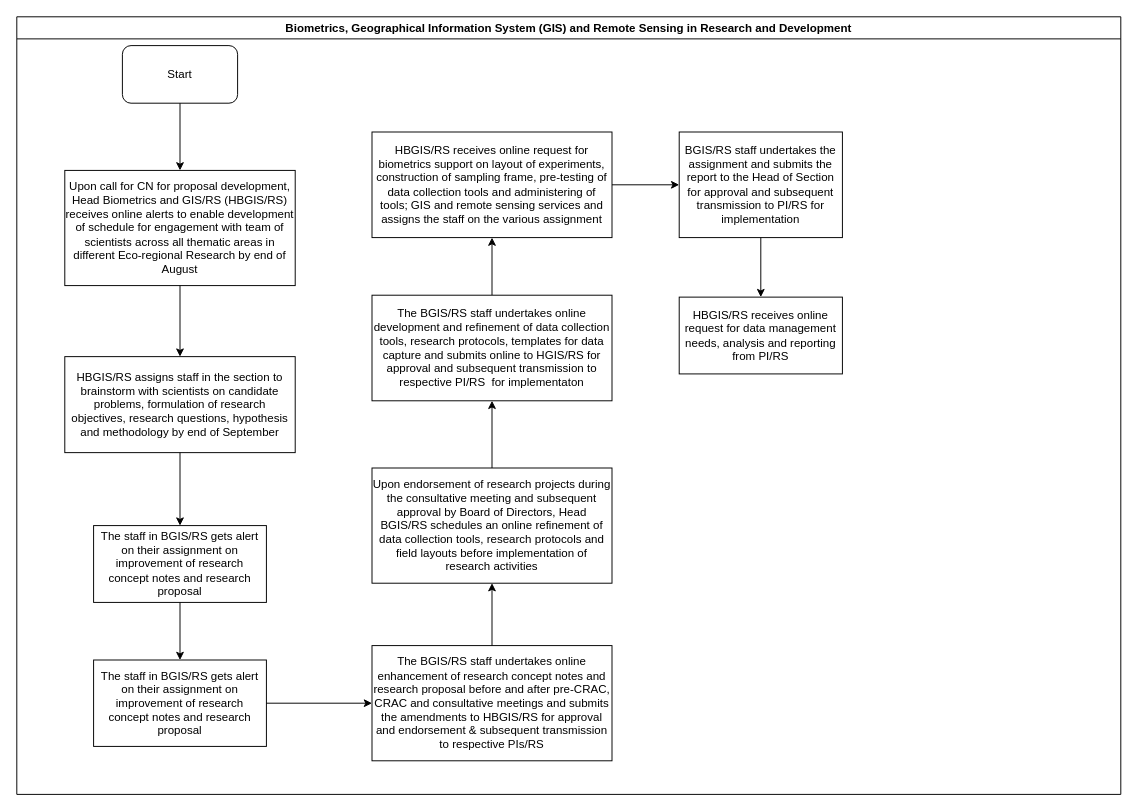
Before: KEFRI-R&D-1. Biometrics, Geographical Information System.drawio in kmagua/flowcharts, a draw.io diagram. Source tidied: cells renumbered, new cells numbered last; positions are measured from the earlier drawing's top-left corner, leaving out a move shared by most shapes. Both pictures are drawn from the tidied source at 96%, with x=0, y=0 at pixel (16, 16).
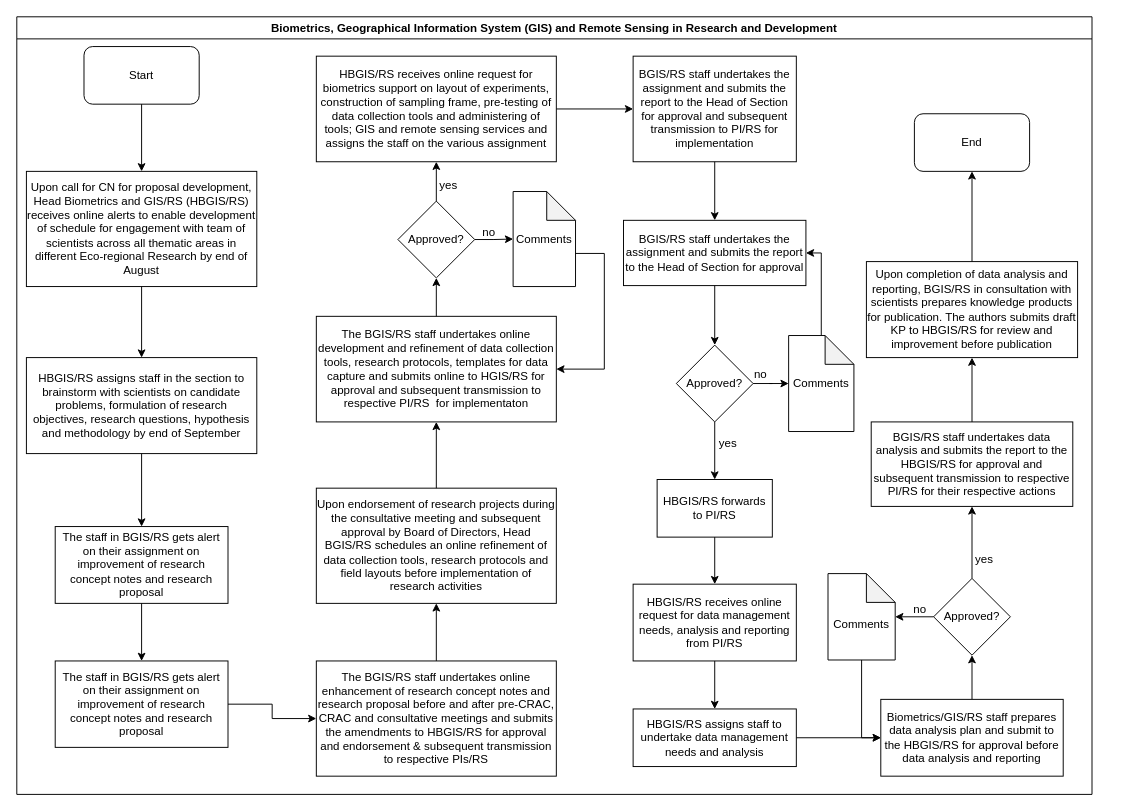
The same diagram, later.

The edit, as a diff of the source:
```diff
@@
     <mxCell id="2" value="Biometrics, Geographical Information System (GIS) and Remote Sensing in Research and Development" style="swimlane;" parent="1" vertex="1">
-      <mxGeometry width="1150" height="810" as="geometry" />
+      <mxGeometry width="1120" height="810" as="geometry" />
     </mxCell>
     <mxCell id="3" value="Start" style="rounded=1;whiteSpace=wrap;html=1;" parent="2" vertex="1">
-      <mxGeometry x="110" y="30" width="120" height="60" as="geometry" />
+      <mxGeometry x="70" y="31" width="120" height="60" as="geometry" />
     </mxCell>
     <mxCell id="4" value="Upon call for CN for proposal development, Head Biometrics and GIS/RS (HBGIS/RS) receives online alerts to enable development of schedule for engagement with team of scientists across all thematic areas in different Eco-regional Research by end of August" style="rounded=0;whiteSpace=wrap;html=1;" parent="2" vertex="1">
-      <mxGeometry x="50" y="160" width="240" height="120" as="geometry" />
+      <mxGeometry x="10" y="161" width="240" height="120" as="geometry" />
     </mxCell>
@@
     <mxCell id="6" value="The staff in BGIS/RS gets alert on their assignment on improvement of research concept notes and research proposal" style="whiteSpace=wrap;html=1;rounded=0;" parent="2" vertex="1">
-      <mxGeometry x="80" y="670" width="180" height="90" as="geometry" />
+      <mxGeometry x="40" y="671" width="180" height="90" as="geometry" />
     </mxCell>
     <mxCell id="7" value="HBGIS/RS assigns staff in the section to brainstorm with scientists on candidate problems, formulation of research objectives, research questions, hypothesis and methodology by end of September" style="rounded=0;whiteSpace=wrap;html=1;" parent="2" vertex="1">
-      <mxGeometry x="50" y="354" width="240" height="100" as="geometry" />
+      <mxGeometry x="10" y="355" width="240" height="100" as="geometry" />
     </mxCell>
@@
     <mxCell id="9" value="The staff in BGIS/RS gets alert on their assignment on improvement of research concept notes and research proposal" style="rounded=0;whiteSpace=wrap;html=1;" parent="2" vertex="1">
-      <mxGeometry x="80" y="530" width="180" height="80" as="geometry" />
+      <mxGeometry x="40" y="531" width="180" height="80" as="geometry" />
     </mxCell>
@@
     <mxCell id="12" value="The BGIS/RS staff undertakes online enhancement of research concept notes and research proposal before and after pre-CRAC, CRAC and consultative meetings and submits the amendments to HBGIS/RS for approval and endorsement &amp;amp; subsequent transmission to respective PIs/RS" style="whiteSpace=wrap;html=1;rounded=0;" parent="2" vertex="1">
-      <mxGeometry x="370" y="655" width="250" height="120" as="geometry" />
+      <mxGeometry x="312" y="671" width="250" height="120" as="geometry" />
     </mxCell>
@@
     <mxCell id="14" value="Upon endorsement of research projects during the consultative meeting and subsequent approval by Board of Directors, Head BGIS/RS schedules an online refinement of data collection tools, research protocols and field layouts before implementation of research activities" style="whiteSpace=wrap;html=1;rounded=0;" parent="2" vertex="1">
-      <mxGeometry x="370" y="470" width="250" height="120" as="geometry" />
+      <mxGeometry x="312" y="491" width="250" height="120" as="geometry" />
     </mxCell>
@@
     <mxCell id="16" value="HBGIS/RS receives online request for biometrics support on layout of experiments, construction of sampling frame, pre-testing of data collection tools and administering of tools; GIS and remote sensing services and assigns the staff on the various assignment" style="whiteSpace=wrap;html=1;rounded=0;" parent="2" vertex="1">
-      <mxGeometry x="370" y="120" width="250" height="110" as="geometry" />
+      <mxGeometry x="312" y="41" width="250" height="110" as="geometry" />
     </mxCell>
     <mxCell id="17" value="BGIS/RS staff undertakes the assignment and submits the report to the Head of Section for approval and subsequent transmission to PI/RS for implementation" style="whiteSpace=wrap;html=1;rounded=0;" parent="2" vertex="1">
-      <mxGeometry x="690" y="120" width="170" height="110" as="geometry" />
+      <mxGeometry x="642" y="41" width="170" height="110" as="geometry" />
     </mxCell>
@@
-    <mxCell id="19" style="edgeStyle=orthogonalEdgeStyle;rounded=0;jettySize=auto;html=1;" parent="1" edge="1" source="20" target="16">
-      <mxGeometry relative="1" as="geometry" />
-    </mxCell>
+    <mxCell id="24" value="Approved?" style="rhombus;whiteSpace=wrap;html=1;rounded=0;" parent="2" vertex="1">
+      <mxGeometry x="397" y="192" width="80" height="80" as="geometry" />
+    </mxCell>
+    <mxCell id="25" style="edgeStyle=orthogonalEdgeStyle;rounded=0;jettySize=auto;html=1;entryX=0.5;entryY=1;entryDx=0;entryDy=0;" parent="2" edge="1" source="24" target="16">
+      <mxGeometry relative="1" as="geometry" />
+    </mxCell>
-    <mxCell id="20" value="The BGIS/RS staff undertakes online development and refinement of data collection tools, research protocols, templates for data capture and submits online to HGIS/RS for approval and subsequent transmission to respective PI/RS&amp;nbsp; for implementaton" style="whiteSpace=wrap;html=1;rounded=0;" parent="1" vertex="1">
-      <mxGeometry x="370" y="290" width="250" height="110" as="geometry" />
+    <mxCell id="20" value="The BGIS/RS staff undertakes online development and refinement of data collection tools, research protocols, templates for data capture and submits online to HGIS/RS for approval and subsequent transmission to respective PI/RS&amp;nbsp; for implementaton" style="whiteSpace=wrap;html=1;rounded=0;" parent="2" vertex="1">
+      <mxGeometry x="312" y="312" width="250" height="110" as="geometry" />
     </mxCell>
-    <mxCell id="21" style="edgeStyle=orthogonalEdgeStyle;rounded=0;jettySize=auto;html=1;" parent="1" edge="1" source="14" target="20">
+    <mxCell id="21" style="edgeStyle=orthogonalEdgeStyle;rounded=0;jettySize=auto;html=1;" parent="2" edge="1" source="14" target="20">
       <mxGeometry relative="1" as="geometry" />
     </mxCell>
+    <mxCell id="26" style="edgeStyle=orthogonalEdgeStyle;rounded=0;jettySize=auto;html=1;" parent="2" edge="1" source="20" target="24">
+      <mxGeometry relative="1" as="geometry" />
+    </mxCell>
+    <mxCell id="27" value="Comments" style="shape=note;whiteSpace=wrap;html=1;backgroundOutline=1;darkOpacity=0.05;rounded=0;" parent="2" vertex="1">
+      <mxGeometry x="517" y="182" width="65" height="99" as="geometry" />
+    </mxCell>
+    <mxCell id="28" style="edgeStyle=orthogonalEdgeStyle;rounded=0;jettySize=auto;html=1;" parent="2" edge="1" source="24" target="27">
+      <mxGeometry relative="1" as="geometry" />
+    </mxCell>
+    <mxCell id="29" style="edgeStyle=orthogonalEdgeStyle;rounded=0;jettySize=auto;html=1;entryX=1;entryY=0.5;entryDx=0;entryDy=0;exitX=0;exitY=0;exitDx=65;exitDy=64.5;exitPerimeter=0;" parent="2" edge="1" source="27" target="20">
+      <mxGeometry relative="1" as="geometry">
+        <Array as="points">
+          <mxPoint x="612" y="247" />
+          <mxPoint x="612" y="367" />
+        </Array>
+      </mxGeometry>
+    </mxCell>
+    <mxCell id="30" value="no" style="text;html=1;strokeColor=none;fillColor=none;align=center;verticalAlign=middle;whiteSpace=wrap;rounded=0;" parent="2" vertex="1">
+      <mxGeometry x="472" y="215" width="40" height="20" as="geometry" />
+    </mxCell>
+    <mxCell id="31" value="yes" style="text;html=1;strokeColor=none;fillColor=none;align=center;verticalAlign=middle;whiteSpace=wrap;rounded=0;" parent="2" vertex="1">
+      <mxGeometry x="430" y="166" width="40" height="20" as="geometry" />
+    </mxCell>
-    <mxCell id="22" value="HBGIS/RS receives online request for data management needs, analysis and reporting from PI/RS" style="whiteSpace=wrap;html=1;rounded=0;" parent="1" vertex="1">
-      <mxGeometry x="690" y="292" width="170" height="80" as="geometry" />
+    <mxCell id="22" value="HBGIS/RS receives online request for data management needs, analysis and reporting from PI/RS" style="whiteSpace=wrap;html=1;rounded=0;" parent="2" vertex="1">
+      <mxGeometry x="642" y="591" width="170" height="80" as="geometry" />
     </mxCell>
-    <mxCell id="23" style="edgeStyle=orthogonalEdgeStyle;rounded=0;jettySize=auto;html=1;" parent="1" edge="1" source="17" target="22">
-      <mxGeometry relative="1" as="geometry" />
-    </mxCell>
+    <mxCell id="32" value="BGIS/RS staff undertakes the assignment and submits the report to the Head of Section for approval" style="rounded=0;whiteSpace=wrap;html=1;" parent="2" vertex="1">
+      <mxGeometry x="632" y="212" width="190" height="68" as="geometry" />
+    </mxCell>
+    <mxCell id="33" style="edgeStyle=orthogonalEdgeStyle;rounded=0;jettySize=auto;html=1;" parent="2" edge="1" source="17" target="32">
+      <mxGeometry relative="1" as="geometry" />
+    </mxCell>
+    <mxCell id="34" value="Approved?" style="rhombus;whiteSpace=wrap;html=1;rounded=0;" parent="2" vertex="1">
+      <mxGeometry x="687" y="342" width="80" height="80" as="geometry" />
+    </mxCell>
+    <mxCell id="35" style="edgeStyle=orthogonalEdgeStyle;rounded=0;jettySize=auto;html=1;" parent="2" edge="1" source="32" target="34">
+      <mxGeometry relative="1" as="geometry" />
+    </mxCell>
+    <mxCell id="36" value="HBGIS/RS forwards to PI/RS" style="whiteSpace=wrap;html=1;rounded=0;" parent="2" vertex="1">
+      <mxGeometry x="667" y="482" width="120" height="60" as="geometry" />
+    </mxCell>
+    <mxCell id="37" style="edgeStyle=orthogonalEdgeStyle;rounded=0;jettySize=auto;html=1;" parent="2" edge="1" source="34" target="36">
+      <mxGeometry relative="1" as="geometry" />
+    </mxCell>
+    <mxCell id="38" value="Comments" style="shape=note;whiteSpace=wrap;html=1;backgroundOutline=1;darkOpacity=0.05;rounded=0;" parent="2" vertex="1">
+      <mxGeometry x="804" y="332" width="68" height="100" as="geometry" />
+    </mxCell>
+    <mxCell id="39" style="edgeStyle=orthogonalEdgeStyle;rounded=0;jettySize=auto;html=1;" parent="2" edge="1" source="34" target="38">
+      <mxGeometry relative="1" as="geometry" />
+    </mxCell>
+    <mxCell id="40" value="yes" style="text;html=1;strokeColor=none;fillColor=none;align=center;verticalAlign=middle;whiteSpace=wrap;rounded=0;" parent="2" vertex="1">
+      <mxGeometry x="721" y="435" width="40" height="20" as="geometry" />
+    </mxCell>
+    <mxCell id="41" style="edgeStyle=orthogonalEdgeStyle;rounded=0;jettySize=auto;html=1;entryX=0.5;entryY=0;entryDx=0;entryDy=0;" parent="2" edge="1" source="36" target="22">
+      <mxGeometry relative="1" as="geometry" />
+    </mxCell>
+    <mxCell id="42" value="HBGIS/RS assigns staff to undertake data management needs and analysis" style="whiteSpace=wrap;html=1;rounded=0;" parent="2" vertex="1">
+      <mxGeometry x="642" y="721" width="170" height="60" as="geometry" />
+    </mxCell>
+    <mxCell id="43" style="edgeStyle=orthogonalEdgeStyle;rounded=0;jettySize=auto;html=1;" parent="2" edge="1" source="22" target="42">
+      <mxGeometry relative="1" as="geometry" />
+    </mxCell>
+    <mxCell id="44" value="Approved?" style="rhombus;whiteSpace=wrap;html=1;rounded=0;" parent="2" vertex="1">
+      <mxGeometry x="955" y="585" width="80" height="80" as="geometry" />
+    </mxCell>
+    <mxCell id="45" value="BGIS/RS staff undertakes data analysis and submits the report to the HBGIS/RS for approval and subsequent transmission to respective PI/RS for their respective actions" style="whiteSpace=wrap;html=1;rounded=0;" parent="2" vertex="1">
+      <mxGeometry x="890" y="422" width="210" height="88" as="geometry" />
+    </mxCell>
+    <mxCell id="46" style="edgeStyle=orthogonalEdgeStyle;rounded=0;jettySize=auto;html=1;" parent="2" edge="1" source="44" target="45">
+      <mxGeometry relative="1" as="geometry" />
+    </mxCell>
+    <mxCell id="47" value="yes" style="text;html=1;strokeColor=none;fillColor=none;align=center;verticalAlign=middle;whiteSpace=wrap;rounded=0;" parent="2" vertex="1">
+      <mxGeometry x="988" y="555" width="40" height="20" as="geometry" />
+    </mxCell>
+    <mxCell id="48" value="&lt;div&gt;&lt;br&gt;&lt;/div&gt;&lt;div&gt;Comments&lt;/div&gt;" style="shape=note;whiteSpace=wrap;html=1;backgroundOutline=1;darkOpacity=0.05;rounded=0;" parent="2" vertex="1">
+      <mxGeometry x="845" y="580" width="70" height="90" as="geometry" />
+    </mxCell>
+    <mxCell id="49" style="edgeStyle=orthogonalEdgeStyle;rounded=0;jettySize=auto;html=1;" parent="2" edge="1" source="44" target="48">
+      <mxGeometry relative="1" as="geometry" />
+    </mxCell>
+    <mxCell id="50" value="no" style="text;html=1;strokeColor=none;fillColor=none;align=center;verticalAlign=middle;whiteSpace=wrap;rounded=0;" parent="2" vertex="1">
+      <mxGeometry x="922" y="608" width="38" height="20" as="geometry" />
+    </mxCell>
+    <mxCell id="51" value="Upon completion of data analysis and reporting, BGIS/RS in consultation with scientists prepares knowledge products for publication. The authors submits draft KP to HBGIS/RS for review and improvement before publication" style="whiteSpace=wrap;html=1;rounded=0;" parent="2" vertex="1">
+      <mxGeometry x="885" y="255" width="220" height="100" as="geometry" />
+    </mxCell>
+    <mxCell id="52" style="edgeStyle=orthogonalEdgeStyle;rounded=0;jettySize=auto;html=1;" parent="2" edge="1" source="45" target="51">
+      <mxGeometry relative="1" as="geometry" />
+    </mxCell>
+    <mxCell id="53" style="edgeStyle=orthogonalEdgeStyle;rounded=0;jettySize=auto;html=1;entryX=0.5;entryY=1;entryDx=0;entryDy=0;" parent="2" edge="1" source="51" target="54">
+      <mxGeometry relative="1" as="geometry" />
+    </mxCell>
+    <mxCell id="54" value="End" style="rounded=1;whiteSpace=wrap;html=1;" parent="2" vertex="1">
+      <mxGeometry x="935" y="101" width="120" height="60" as="geometry" />
+    </mxCell>
+    <mxCell id="55" style="edgeStyle=orthogonalEdgeStyle;rounded=0;jettySize=auto;html=1;entryX=1;entryY=0.5;entryDx=0;entryDy=0;" parent="2" edge="1" source="38" target="32">
+      <mxGeometry relative="1" as="geometry">
+        <Array as="points">
+          <mxPoint x="838" y="246" />
+        </Array>
+      </mxGeometry>
+    </mxCell>
+    <mxCell id="56" value="no" style="text;html=1;strokeColor=none;fillColor=none;align=center;verticalAlign=middle;whiteSpace=wrap;rounded=0;" parent="1" vertex="1">
+      <mxGeometry x="755" y="363" width="40" height="20" as="geometry" />
+    </mxCell>
+    <mxCell id="57" style="edgeStyle=orthogonalEdgeStyle;rounded=0;jettySize=auto;html=1;" parent="1" edge="1" source="58" target="44">
+      <mxGeometry relative="1" as="geometry" />
+    </mxCell>
+    <mxCell id="58" value="Biometrics/GIS/RS staff prepares data analysis plan and submit to the HBGIS/RS for approval before data analysis and reporting" style="whiteSpace=wrap;html=1;rounded=0;" parent="1" vertex="1">
+      <mxGeometry x="900" y="711" width="190" height="80" as="geometry" />
+    </mxCell>
+    <mxCell id="59" style="edgeStyle=orthogonalEdgeStyle;rounded=0;jettySize=auto;html=1;" parent="1" edge="1" source="42" target="58">
+      <mxGeometry relative="1" as="geometry" />
+    </mxCell>
+    <mxCell id="60" style="edgeStyle=orthogonalEdgeStyle;rounded=0;jettySize=auto;html=1;entryX=0;entryY=0.5;entryDx=0;entryDy=0;" parent="1" edge="1" source="48" target="58">
+      <mxGeometry relative="1" as="geometry" />
+    </mxCell>
```
